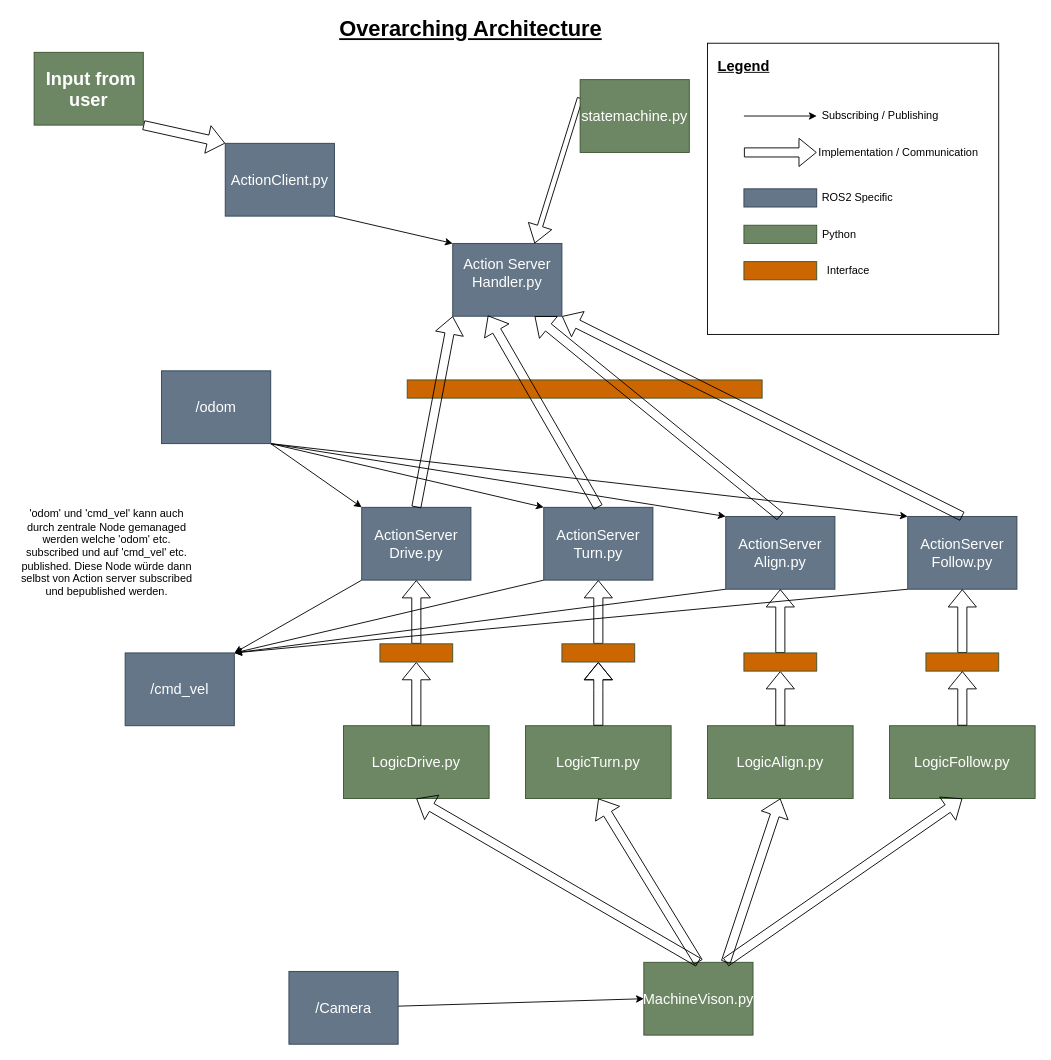
The draw.io diagram Doku/Präsi/Software_arch.drawio in yaba-source/canalchecker, before the edit. Source tidied: cells renumbered, new cells numbered last; positions are measured from the earlier drawing's top-left corner, leaving out a move shared by most shapes. Both pictures are drawn from the tidied source at 91%, with x=0, y=0 at pixel (15, 15).
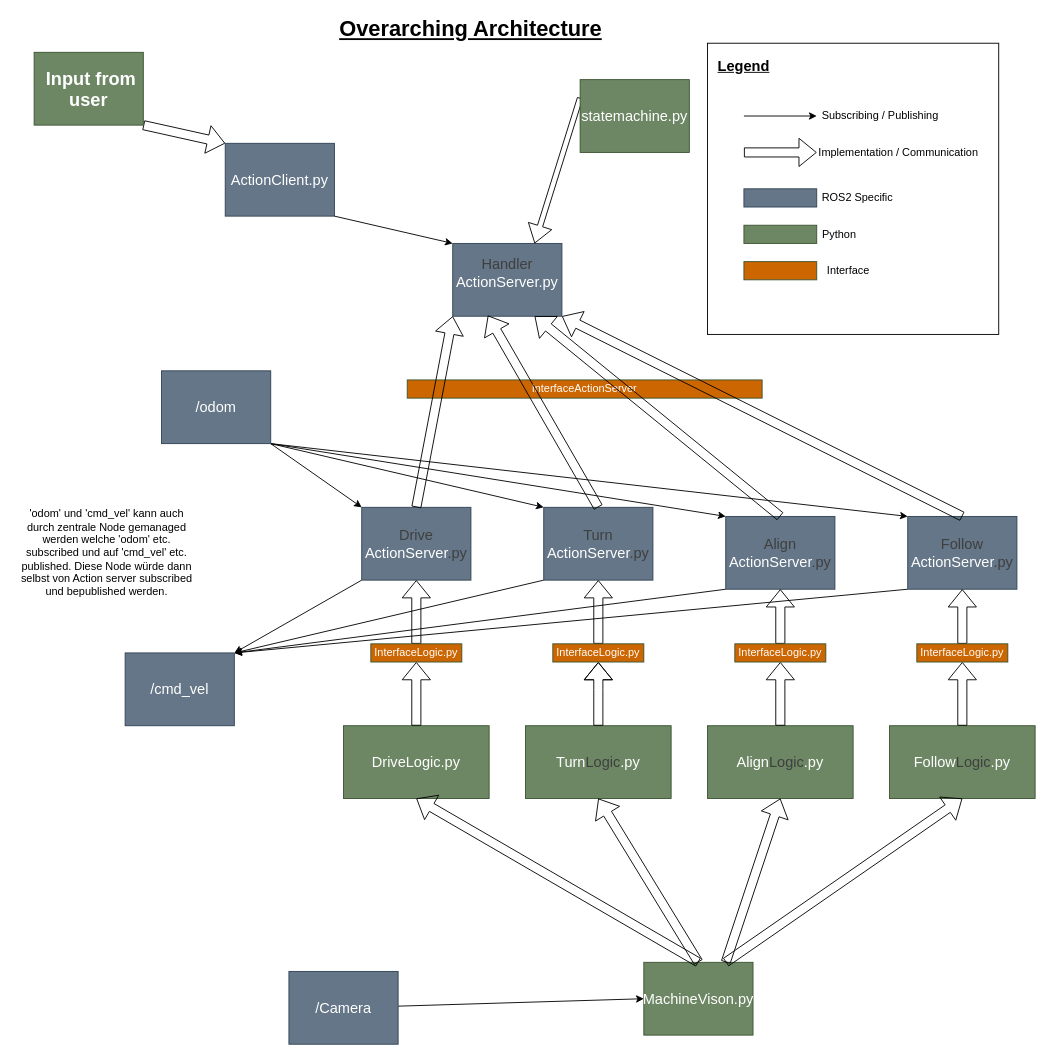
Above is the later version.

Change to the diagram source:
```diff
@@
-    <mxCell id="4" value="&lt;font style=&quot;font-size: 16px;&quot;&gt;ActionServer&lt;/font&gt;&lt;div&gt;&lt;font style=&quot;font-size: 16px;&quot;&gt;Drive.py&lt;/font&gt;&lt;/div&gt;" style="rounded=0;whiteSpace=wrap;html=1;fillColor=#647687;fontColor=#ffffff;strokeColor=#314354;" parent="1" vertex="1">
+    <mxCell id="4" value="&lt;div&gt;&lt;font style=&quot;font-size: 16px;&quot;&gt;&lt;span style=&quot;color: rgb(63, 63, 63);&quot;&gt;Drive&lt;/span&gt;&lt;/font&gt;&lt;/div&gt;&lt;font style=&quot;font-size: 16px;&quot;&gt;ActionServer&lt;/font&gt;&lt;span style=&quot;color: rgb(63, 63, 63); font-size: 16px; background-color: transparent;&quot;&gt;.py&lt;/span&gt;" style="rounded=0;whiteSpace=wrap;html=1;fillColor=#647687;fontColor=#ffffff;strokeColor=#314354;" parent="1" vertex="1">
       <mxGeometry x="380" y="540" width="120" height="80" as="geometry" />
     </mxCell>
@@
-    <mxCell id="6" value="&lt;font style=&quot;font-size: 16px;&quot;&gt;ActionServer&lt;/font&gt;&lt;div&gt;&lt;span style=&quot;font-size: 16px;&quot;&gt;Turn.py&lt;/span&gt;&lt;/div&gt;" style="rounded=0;whiteSpace=wrap;html=1;fillColor=#647687;fontColor=#ffffff;strokeColor=#314354;" parent="1" vertex="1">
+    <mxCell id="6" value="&lt;div&gt;&lt;font style=&quot;font-size: 16px;&quot;&gt;&lt;span style=&quot;color: rgb(63, 63, 63);&quot;&gt;Turn&lt;/span&gt;&lt;/font&gt;&lt;/div&gt;&lt;font style=&quot;font-size: 16px;&quot;&gt;ActionServer&lt;/font&gt;&lt;span style=&quot;color: rgb(63, 63, 63); font-size: 16px; background-color: transparent;&quot;&gt;.py&lt;/span&gt;" style="rounded=0;whiteSpace=wrap;html=1;fillColor=#647687;fontColor=#ffffff;strokeColor=#314354;" parent="1" vertex="1">
       <mxGeometry x="580" y="540" width="120" height="80" as="geometry" />
     </mxCell>
-    <mxCell id="7" value="&lt;font style=&quot;font-size: 16px;&quot;&gt;Action Server Handler.py&lt;/font&gt;&lt;div&gt;&lt;br&gt;&lt;/div&gt;" style="rounded=0;whiteSpace=wrap;html=1;fillColor=#647687;fontColor=#ffffff;strokeColor=#314354;" parent="1" vertex="1">
+    <mxCell id="7" value="&lt;div&gt;&lt;font style=&quot;font-size: 16px;&quot;&gt;&lt;span style=&quot;color: rgb(63, 63, 63);&quot;&gt;Handler&lt;/span&gt;&lt;/font&gt;&lt;/div&gt;&lt;font style=&quot;font-size: 16px;&quot;&gt;ActionServer.py&lt;/font&gt;&lt;div&gt;&lt;br&gt;&lt;/div&gt;" style="rounded=0;whiteSpace=wrap;html=1;fillColor=#647687;fontColor=#ffffff;strokeColor=#314354;" parent="1" vertex="1">
       <mxGeometry x="480" y="250" width="120" height="80" as="geometry" />
     </mxCell>
@@
-    <mxCell id="14" value="&lt;span style=&quot;font-size: 16px;&quot;&gt;LogicTurn.py&lt;/span&gt;" style="rounded=0;whiteSpace=wrap;html=1;fillColor=#6d8764;fontColor=#ffffff;strokeColor=#3A5431;" parent="1" vertex="1">
+    <mxCell id="14" value="&lt;span style=&quot;font-size: 16px;&quot;&gt;Turn&lt;/span&gt;&lt;span style=&quot;color: rgb(63, 63, 63); font-size: 16px;&quot;&gt;Logic&lt;/span&gt;&lt;span style=&quot;font-size: 16px;&quot;&gt;.py&lt;/span&gt;" style="rounded=0;whiteSpace=wrap;html=1;fillColor=#6d8764;fontColor=#ffffff;strokeColor=#3A5431;" parent="1" vertex="1">
       <mxGeometry x="560" y="780" width="160" height="80" as="geometry" />
     </mxCell>
@@
-    <mxCell id="35" style="edgeStyle=none;html=1;shape=flexArrow;entryX=0.5;entryY=1;entryDx=0;entryDy=0;" parent="1" edge="1" source="47" target="6">
+    <mxCell id="35" style="edgeStyle=none;html=1;shape=flexArrow;entryX=0.5;entryY=1;entryDx=0;entryDy=0;exitX=0.5;exitY=0;exitDx=0;exitDy=0;" parent="1" edge="1" source="65" target="6">
       <mxGeometry relative="1" as="geometry" />
     </mxCell>
-    <mxCell id="36" style="edgeStyle=none;html=1;shape=flexArrow;entryX=0.5;entryY=1;entryDx=0;entryDy=0;" parent="1" edge="1" source="45" target="4">
+    <mxCell id="36" style="edgeStyle=none;html=1;shape=flexArrow;entryX=0.5;entryY=1;entryDx=0;entryDy=0;exitX=0.5;exitY=0;exitDx=0;exitDy=0;" parent="1" edge="1" source="45" target="4">
       <mxGeometry relative="1" as="geometry" />
     </mxCell>
-    <mxCell id="37" value="&lt;span style=&quot;font-size: 16px;&quot;&gt;LogicDrive.py&lt;/span&gt;" style="rounded=0;whiteSpace=wrap;html=1;fillColor=#6d8764;fontColor=#ffffff;strokeColor=#3A5431;" parent="1" vertex="1">
+    <mxCell id="37" value="&lt;span style=&quot;font-size: 16px;&quot;&gt;DriveLogic.py&lt;/span&gt;" style="rounded=0;whiteSpace=wrap;html=1;fillColor=#6d8764;fontColor=#ffffff;strokeColor=#3A5431;" parent="1" vertex="1">
       <mxGeometry x="360" y="780" width="160" height="80" as="geometry" />
     </mxCell>
-    <mxCell id="38" value="&lt;span style=&quot;font-size: 16px;&quot;&gt;LogicAlign.py&lt;/span&gt;" style="rounded=0;whiteSpace=wrap;html=1;fillColor=#6d8764;fontColor=#ffffff;strokeColor=#3A5431;" parent="1" vertex="1">
+    <mxCell id="38" value="&lt;span style=&quot;font-size: 16px;&quot;&gt;Align&lt;/span&gt;&lt;span style=&quot;color: rgb(63, 63, 63); font-size: 16px;&quot;&gt;Logic&lt;/span&gt;&lt;span style=&quot;font-size: 16px;&quot;&gt;.py&lt;/span&gt;" style="rounded=0;whiteSpace=wrap;html=1;fillColor=#6d8764;fontColor=#ffffff;strokeColor=#3A5431;" parent="1" vertex="1">
       <mxGeometry x="760" y="780" width="160" height="80" as="geometry" />
     </mxCell>
@@
-    <mxCell id="40" value="&lt;font style=&quot;font-size: 16px;&quot;&gt;ActionServer&lt;/font&gt;&lt;div&gt;&lt;font style=&quot;font-size: 16px;&quot;&gt;Align.py&lt;/font&gt;&lt;/div&gt;" style="rounded=0;whiteSpace=wrap;html=1;fillColor=#647687;fontColor=#ffffff;strokeColor=#314354;" parent="1" vertex="1">
+    <mxCell id="40" value="&lt;font style=&quot;font-size: 16px;&quot;&gt;&lt;span style=&quot;color: rgb(63, 63, 63);&quot;&gt;Align&lt;/span&gt;&lt;/font&gt;&lt;div&gt;&lt;font style=&quot;font-size: 16px;&quot;&gt;ActionServer&lt;/font&gt;&lt;span style=&quot;color: rgb(63, 63, 63); font-size: 16px; background-color: transparent;&quot;&gt;.py&lt;/span&gt;&lt;/div&gt;" style="rounded=0;whiteSpace=wrap;html=1;fillColor=#647687;fontColor=#ffffff;strokeColor=#314354;" parent="1" vertex="1">
       <mxGeometry x="780" y="550" width="120" height="80" as="geometry" />
     </mxCell>
-    <mxCell id="41" style="edgeStyle=none;html=1;shape=flexArrow;exitX=0.5;exitY=0;exitDx=0;exitDy=0;entryX=0.5;entryY=1;entryDx=0;entryDy=0;" parent="1" edge="1" source="49" target="40">
+    <mxCell id="41" style="edgeStyle=none;html=1;shape=flexArrow;entryX=0.5;entryY=1;entryDx=0;entryDy=0;exitX=0.5;exitY=0;exitDx=0;exitDy=0;" parent="1" edge="1" source="66" target="40">
       <mxGeometry relative="1" as="geometry" />
     </mxCell>
@@
-    <mxCell id="45" style="rounded=0;whiteSpace=wrap;html=1;fillColor=#CC6600;fontColor=#ffffff;strokeColor=#3A5431;" parent="1" vertex="1">
-      <mxGeometry x="400" y="690" width="80" height="20" as="geometry" />
+    <mxCell id="45" value="InterfaceLogic.py" style="rounded=0;whiteSpace=wrap;html=1;fillColor=#CC6600;fontColor=#ffffff;strokeColor=#3A5431;" parent="1" vertex="1">
+      <mxGeometry x="390" y="690" width="100" height="20" as="geometry" />
     </mxCell>
-    <mxCell id="46" style="edgeStyle=none;html=1;shape=flexArrow;entryX=0.5;entryY=1;entryDx=0;entryDy=0;" parent="1" edge="1" source="14" target="47">
+    <mxCell id="46" style="edgeStyle=none;html=1;shape=flexArrow;entryX=0.5;entryY=1;entryDx=0;entryDy=0;" parent="1" edge="1" source="14" target="65">
       <mxGeometry relative="1" as="geometry">
         <Array as="points">
           <mxPoint x="640" y="740" />
         </Array>
       </mxGeometry>
     </mxCell>
-    <mxCell id="47" style="rounded=0;whiteSpace=wrap;html=1;fillColor=#CC6600;fontColor=#ffffff;strokeColor=#3A5431;" parent="1" vertex="1">
-      <mxGeometry x="600" y="690" width="80" height="20" as="geometry" />
-    </mxCell>
-    <mxCell id="48" style="edgeStyle=none;html=1;shape=flexArrow;exitX=0.5;exitY=0;exitDx=0;exitDy=0;entryX=0.5;entryY=1;entryDx=0;entryDy=0;" parent="1" edge="1" source="38" target="49">
+    <mxCell id="48" style="edgeStyle=none;html=1;shape=flexArrow;exitX=0.5;exitY=0;exitDx=0;exitDy=0;" parent="1" edge="1" source="38" target="66">
       <mxGeometry relative="1" as="geometry" />
     </mxCell>
-    <mxCell id="49" style="rounded=0;whiteSpace=wrap;html=1;fillColor=#CC6600;fontColor=#ffffff;strokeColor=#3A5431;" parent="1" vertex="1">
-      <mxGeometry x="800" y="700" width="80" height="20" as="geometry" />
-    </mxCell>
@@
-    <mxCell id="51" value="&lt;font style=&quot;font-size: 16px;&quot;&gt;ActionServer&lt;/font&gt;&lt;div&gt;&lt;font style=&quot;font-size: 16px;&quot;&gt;Follow.py&lt;/font&gt;&lt;/div&gt;" style="rounded=0;whiteSpace=wrap;html=1;fillColor=#647687;fontColor=#ffffff;strokeColor=#314354;" parent="1" vertex="1">
+    <mxCell id="51" value="&lt;font style=&quot;font-size: 16px;&quot;&gt;&lt;span style=&quot;color: rgb(63, 63, 63);&quot;&gt;Follow&lt;/span&gt;&lt;/font&gt;&lt;div&gt;&lt;font style=&quot;font-size: 16px;&quot;&gt;ActionServer&lt;/font&gt;&lt;span style=&quot;color: rgb(63, 63, 63); font-size: 16px; background-color: transparent;&quot;&gt;.py&lt;/span&gt;&lt;/div&gt;" style="rounded=0;whiteSpace=wrap;html=1;fillColor=#647687;fontColor=#ffffff;strokeColor=#314354;" parent="1" vertex="1">
       <mxGeometry x="980" y="550" width="120" height="80" as="geometry" />
     </mxCell>
-    <mxCell id="52" value="&lt;span style=&quot;font-size: 16px;&quot;&gt;LogicFollow.py&lt;/span&gt;" style="rounded=0;whiteSpace=wrap;html=1;fillColor=#6d8764;fontColor=#ffffff;strokeColor=#3A5431;" parent="1" vertex="1">
+    <mxCell id="52" value="&lt;span style=&quot;font-size: 16px;&quot;&gt;Follow&lt;/span&gt;&lt;span style=&quot;color: rgb(63, 63, 63); font-size: 16px;&quot;&gt;Logic&lt;/span&gt;&lt;span style=&quot;font-size: 16px;&quot;&gt;.py&lt;/span&gt;" style="rounded=0;whiteSpace=wrap;html=1;fillColor=#6d8764;fontColor=#ffffff;strokeColor=#3A5431;" parent="1" vertex="1">
       <mxGeometry x="960" y="780" width="160" height="80" as="geometry" />
     </mxCell>
-    <mxCell id="53" style="edgeStyle=none;html=1;shape=flexArrow;exitX=0.5;exitY=0;exitDx=0;exitDy=0;entryX=0.5;entryY=1;entryDx=0;entryDy=0;" parent="1" edge="1" source="54" target="51">
+    <mxCell id="53" style="edgeStyle=none;html=1;shape=flexArrow;exitX=0.5;exitY=0;exitDx=0;exitDy=0;entryX=0.5;entryY=1;entryDx=0;entryDy=0;" parent="1" edge="1" source="67" target="51">
       <mxGeometry relative="1" as="geometry" />
     </mxCell>
-    <mxCell id="54" style="rounded=0;whiteSpace=wrap;html=1;fillColor=#CC6600;fontColor=#ffffff;strokeColor=#3A5431;" parent="1" vertex="1">
-      <mxGeometry x="1000" y="700" width="80" height="20" as="geometry" />
-    </mxCell>
-    <mxCell id="55" style="rounded=0;whiteSpace=wrap;html=1;fillColor=#CC6600;fontColor=#ffffff;strokeColor=#3A5431;" parent="1" vertex="1">
+    <mxCell id="55" value="InterfaceActionServer" style="rounded=0;whiteSpace=wrap;html=1;fillColor=#CC6600;fontColor=#ffffff;strokeColor=#3A5431;" parent="1" vertex="1">
       <mxGeometry x="430" y="400" width="390" height="20" as="geometry" />
     </mxCell>
-    <mxCell id="56" style="edgeStyle=none;html=1;shape=flexArrow;exitX=0.5;exitY=0;exitDx=0;exitDy=0;entryX=0.5;entryY=1;entryDx=0;entryDy=0;" parent="1" edge="1" source="52" target="54">
+    <mxCell id="56" style="edgeStyle=none;html=1;shape=flexArrow;exitX=0.5;exitY=0;exitDx=0;exitDy=0;entryX=0.5;entryY=1;entryDx=0;entryDy=0;" parent="1" edge="1" source="52" target="67">
       <mxGeometry relative="1" as="geometry" />
     </mxCell>
@@
+    <mxCell id="65" value="InterfaceLogic.py" style="rounded=0;whiteSpace=wrap;html=1;fillColor=#CC6600;fontColor=#ffffff;strokeColor=#3A5431;" parent="1" vertex="1">
+      <mxGeometry x="590" y="690" width="100" height="20" as="geometry" />
+    </mxCell>
+    <mxCell id="66" value="InterfaceLogic.py" style="rounded=0;whiteSpace=wrap;html=1;fillColor=#CC6600;fontColor=#ffffff;strokeColor=#3A5431;" parent="1" vertex="1">
+      <mxGeometry x="790" y="690" width="100" height="20" as="geometry" />
+    </mxCell>
+    <mxCell id="67" value="InterfaceLogic.py" style="rounded=0;whiteSpace=wrap;html=1;fillColor=#CC6600;fontColor=#ffffff;strokeColor=#3A5431;" parent="1" vertex="1">
+      <mxGeometry x="990" y="690" width="100" height="20" as="geometry" />
+    </mxCell>
```
